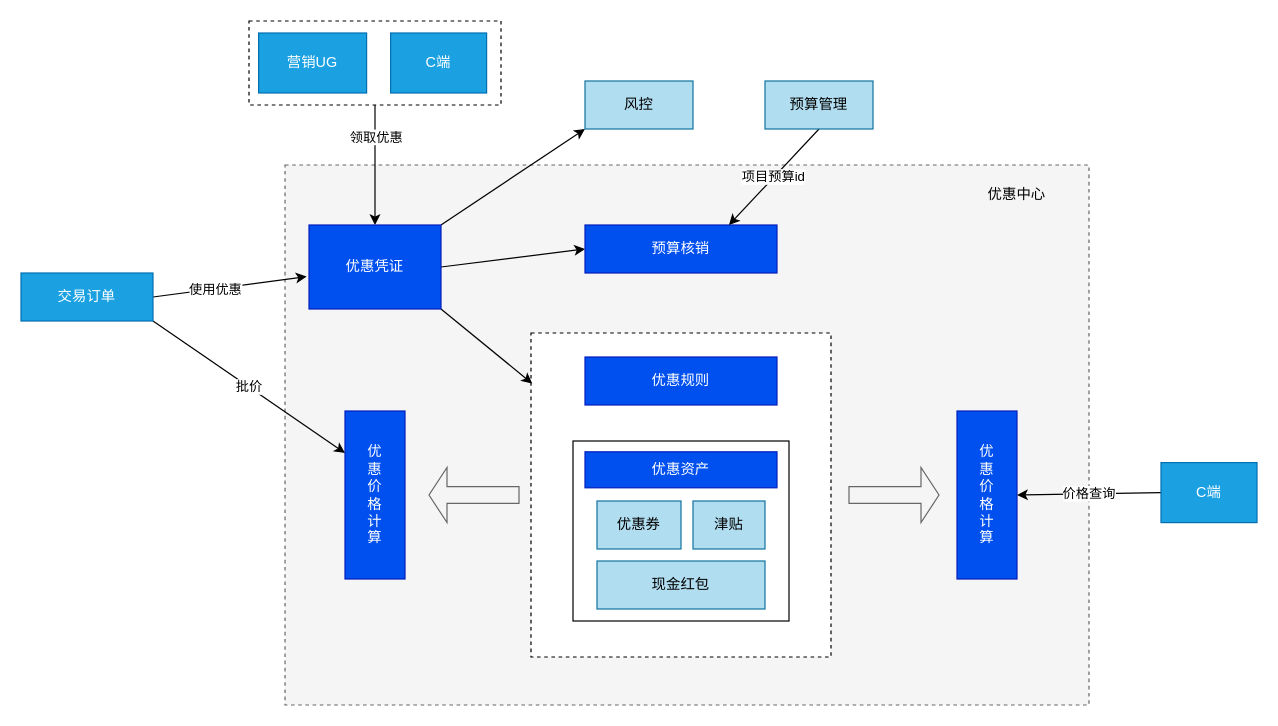
Above: page "Page-31" (26 of 32) of Untitled Diagram.drawio in zengcrvip/basedemo (draw.io), before the change. Source tidied: cells renumbered, new cells numbered last; positions are measured from the earlier drawing's top-left corner, leaving out a move shared by most shapes. Both pictures are drawn from the tidied source at 120%, with x=0, y=0 at pixel (20, 20).
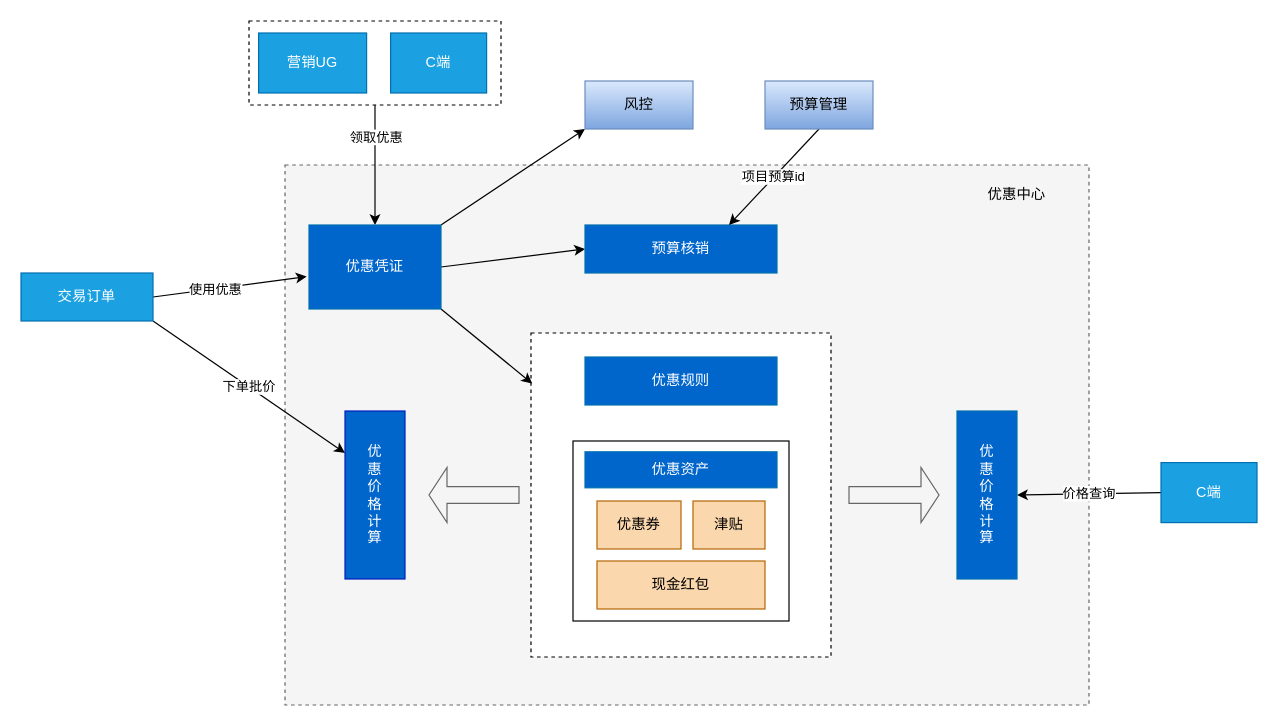
Above is the later version.

The change refers to these unchanged cells:
```xml
<mxCell id="27" value="交易订单" style="rounded=0;whiteSpace=wrap;html=1;fillColor=#1ba1e2;strokeColor=#006EAF;fontColor=#ffffff;" parent="1" vertex="1">
  <mxGeometry y="210" width="110" height="40" as="geometry" />
</mxCell>
```

Diff of the diagram source:
```diff
@@
-    <mxCell id="10" value="优惠凭证" style="rounded=0;whiteSpace=wrap;html=1;fillColor=#0050ef;fontColor=#ffffff;strokeColor=#001DBC;" parent="1" vertex="1">
+    <mxCell id="10" value="优惠凭证" style="rounded=0;whiteSpace=wrap;html=1;fillColor=#0066CC;fontColor=#ffffff;strokeColor=#006EAF;" parent="1" vertex="1">
       <mxGeometry x="240" y="170" width="110" height="70" as="geometry" />
     </mxCell>
@@
-    <mxCell id="12" value="优惠券" style="rounded=0;whiteSpace=wrap;html=1;fillColor=#b1ddf0;strokeColor=#10739e;" parent="1" vertex="1">
+    <mxCell id="12" value="优惠券" style="rounded=0;whiteSpace=wrap;html=1;fillColor=#fad7ac;strokeColor=#b46504;" parent="1" vertex="1">
       <mxGeometry x="480" y="400" width="70" height="40" as="geometry" />
     </mxCell>
-    <mxCell id="13" value="津贴" style="rounded=0;whiteSpace=wrap;html=1;fillColor=#b1ddf0;strokeColor=#10739e;" parent="1" vertex="1">
+    <mxCell id="13" value="津贴" style="rounded=0;whiteSpace=wrap;html=1;fillColor=#fad7ac;strokeColor=#b46504;" parent="1" vertex="1">
       <mxGeometry x="560" y="400" width="60" height="40" as="geometry" />
     </mxCell>
-    <mxCell id="14" value="现金红包" style="rounded=0;whiteSpace=wrap;html=1;fillColor=#b1ddf0;strokeColor=#10739e;" parent="1" vertex="1">
+    <mxCell id="14" value="现金红包" style="rounded=0;whiteSpace=wrap;html=1;fillColor=#fad7ac;strokeColor=#b46504;" parent="1" vertex="1">
       <mxGeometry x="480" y="450" width="140" height="40" as="geometry" />
     </mxCell>
-    <mxCell id="15" value="优&lt;br&gt;惠&lt;br&gt;价&lt;br&gt;格&lt;br&gt;计&lt;br&gt;算" style="rounded=0;whiteSpace=wrap;html=1;fillColor=#0050ef;fontColor=#ffffff;strokeColor=#001DBC;" parent="1" vertex="1">
+    <mxCell id="15" value="优&lt;br&gt;惠&lt;br&gt;价&lt;br&gt;格&lt;br&gt;计&lt;br&gt;算" style="rounded=0;whiteSpace=wrap;html=1;fillColor=#0066CC;fontColor=#ffffff;strokeColor=#006EAF;" parent="1" vertex="1">
       <mxGeometry x="780" y="325" width="50" height="140" as="geometry" />
     </mxCell>
-    <mxCell id="16" value="优惠资产" style="rounded=0;whiteSpace=wrap;html=1;fillColor=#0050ef;fontColor=#ffffff;strokeColor=#001DBC;" parent="1" vertex="1">
+    <mxCell id="16" value="优惠资产" style="rounded=0;whiteSpace=wrap;html=1;fillColor=#0066CC;fontColor=#ffffff;strokeColor=#006EAF;" parent="1" vertex="1">
       <mxGeometry x="470" y="359" width="160" height="30" as="geometry" />
     </mxCell>
-    <mxCell id="17" value="优惠规则" style="rounded=0;whiteSpace=wrap;html=1;fillColor=#0050ef;fontColor=#ffffff;strokeColor=#001DBC;" parent="1" vertex="1">
+    <mxCell id="17" value="优惠规则" style="rounded=0;whiteSpace=wrap;html=1;fillColor=#0066CC;fontColor=#ffffff;strokeColor=#006EAF;" parent="1" vertex="1">
       <mxGeometry x="470" y="280" width="160" height="40" as="geometry" />
     </mxCell>
@@
-    <mxCell id="19" value="预算核销" style="rounded=0;whiteSpace=wrap;html=1;fillColor=#0050ef;fontColor=#ffffff;strokeColor=#001DBC;" parent="1" vertex="1">
+    <mxCell id="19" value="预算核销" style="rounded=0;whiteSpace=wrap;html=1;fillColor=#0066CC;fontColor=#ffffff;strokeColor=#006EAF;" parent="1" vertex="1">
       <mxGeometry x="470" y="170" width="160" height="40" as="geometry" />
     </mxCell>
@@
-    <mxCell id="21" value="优&lt;br&gt;惠&lt;br&gt;价&lt;br&gt;格&lt;br&gt;计&lt;br&gt;算" style="rounded=0;whiteSpace=wrap;html=1;fillColor=#0050ef;fontColor=#ffffff;strokeColor=#001DBC;" parent="1" vertex="1">
+    <mxCell id="21" value="优&lt;br&gt;惠&lt;br&gt;价&lt;br&gt;格&lt;br&gt;计&lt;br&gt;算" style="rounded=0;whiteSpace=wrap;html=1;fillColor=#0066CC;fontColor=#ffffff;strokeColor=#001DBC;" parent="1" vertex="1">
       <mxGeometry x="270" y="325" width="50" height="140" as="geometry" />
     </mxCell>
@@
-    <mxCell id="24" value="批价" style="edgeStyle=none;rounded=0;jettySize=auto;html=1;exitX=1;exitY=1;exitDx=0;exitDy=0;entryX=0;entryY=0.25;entryDx=0;entryDy=0;" parent="1" edge="1" source="27" target="21">
+    <mxCell id="24" value="下单批价" style="edgeStyle=none;rounded=0;jettySize=auto;html=1;exitX=1;exitY=1;exitDx=0;exitDy=0;entryX=0;entryY=0.25;entryDx=0;entryDy=0;" parent="1" edge="1" source="27" target="21">
       <mxGeometry relative="1" as="geometry" />
     </mxCell>
@@
-    <mxCell id="31" value="风控" style="rounded=0;whiteSpace=wrap;html=1;fillColor=#b1ddf0;strokeColor=#10739e;" parent="1" vertex="1">
+    <mxCell id="31" value="风控" style="rounded=0;whiteSpace=wrap;html=1;fillColor=#dae8fc;strokeColor=#6c8ebf;gradientColor=#7ea6e0;" parent="1" vertex="1">
       <mxGeometry x="470" y="50" width="90" height="40" as="geometry" />
     </mxCell>
@@
-    <mxCell id="33" value="预算管理" style="rounded=0;whiteSpace=wrap;html=1;fillColor=#b1ddf0;strokeColor=#10739e;" parent="1" vertex="1">
+    <mxCell id="33" value="预算管理" style="rounded=0;whiteSpace=wrap;html=1;fillColor=#dae8fc;strokeColor=#6c8ebf;gradientColor=#7ea6e0;" parent="1" vertex="1">
       <mxGeometry x="620" y="50" width="90" height="40" as="geometry" />
     </mxCell>
```
